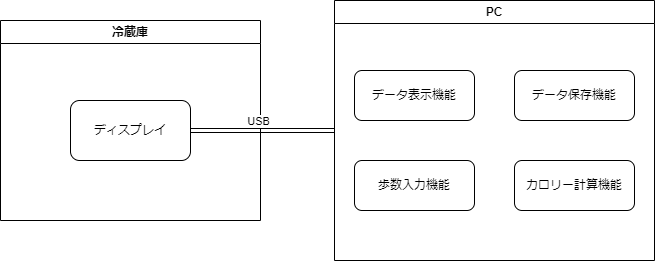
Earlier version of the draw.io export img/system_architecture.drawio.png (LSSD-B1/basic-design-document). Source tidied: cells renumbered, new cells last; positions are measured from the earlier drawing's top-left corner, leaving out a move shared by most shapes.
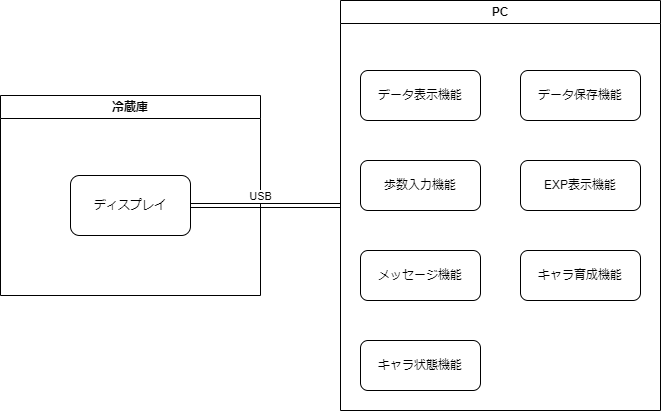
Later version of the same file.

What changed in the source:
```diff
@@ -9,7 +9,7 @@
       <mxGeometry x="70" y="80" width="120" height="60" as="geometry" />
     </mxCell>
     <mxCell id="4" value="PC" style="swimlane;whiteSpace=wrap;html=1;" parent="1" vertex="1">
-      <mxGeometry x="334" width="320" height="260" as="geometry" />
+      <mxGeometry x="340" y="-75" width="320" height="410" as="geometry" />
     </mxCell>
     <mxCell id="5" value="データ表示機能" style="rounded=1;whiteSpace=wrap;html=1;" parent="4" vertex="1">
       <mxGeometry x="20" y="70" width="120" height="50" as="geometry" />
@@ -20,9 +20,18 @@
     <mxCell id="7" value="歩数入力機能" style="rounded=1;whiteSpace=wrap;html=1;" parent="4" vertex="1">
       <mxGeometry x="20" y="160" width="120" height="50" as="geometry" />
     </mxCell>
-    <mxCell id="8" value="カロリー計算機能" style="rounded=1;whiteSpace=wrap;html=1;" parent="4" vertex="1">
+    <mxCell id="8" value="EXP表示機能" style="rounded=1;whiteSpace=wrap;html=1;" parent="4" vertex="1">
       <mxGeometry x="180" y="160" width="120" height="50" as="geometry" />
     </mxCell>
+    <mxCell id="11" value="メッセージ機能" style="rounded=1;whiteSpace=wrap;html=1;" parent="4" vertex="1">
+      <mxGeometry x="20" y="250" width="120" height="50" as="geometry" />
+    </mxCell>
+    <mxCell id="12" value="キャラ育成機能" style="rounded=1;whiteSpace=wrap;html=1;" parent="4" vertex="1">
+      <mxGeometry x="180" y="250" width="120" height="50" as="geometry" />
+    </mxCell>
+    <mxCell id="13" value="キャラ状態機能" style="rounded=1;whiteSpace=wrap;html=1;" parent="4" vertex="1">
+      <mxGeometry x="20" y="340" width="120" height="50" as="geometry" />
+    </mxCell>
     <mxCell id="9" style="edgeStyle=orthogonalEdgeStyle;rounded=0;jettySize=auto;html=1;exitX=1;exitY=0.5;exitDx=0;exitDy=0;entryX=0;entryY=0.5;entryDx=0;entryDy=0;shape=link;" parent="1" edge="1" source="3" target="4">
       <mxGeometry relative="1" as="geometry" />
     </mxCell>
```
